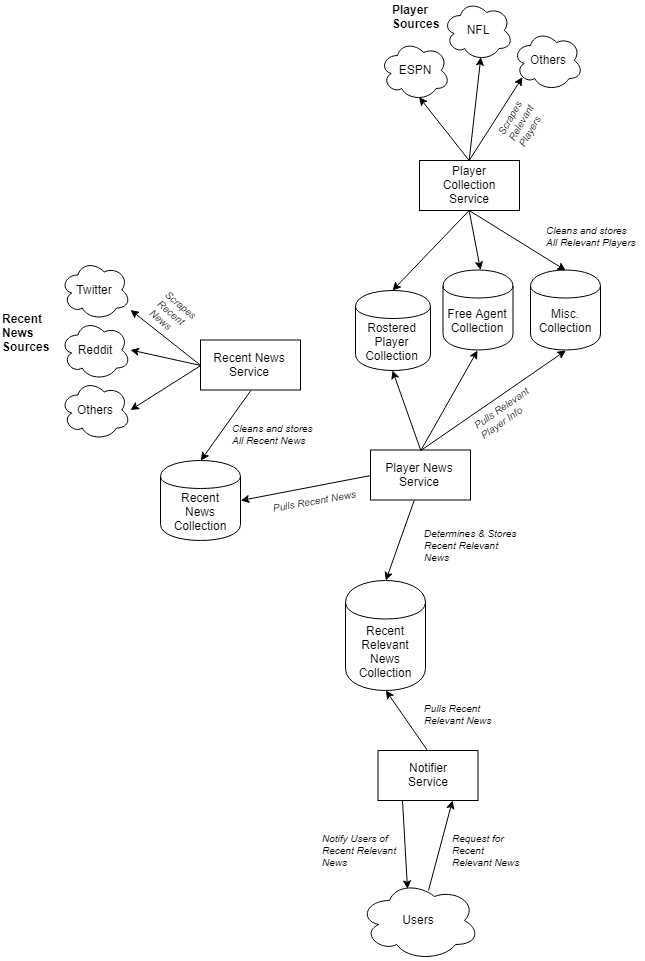
Before: wiki/diagrams/ff-notify system.png, a diagram exported from draw.io (mpcen/ff-notify-api). Source tidied: cells renumbered, new cells last; positions are measured from the earlier drawing's top-left corner, leaving out a move shared by most shapes. The source it was exported from:
```xml
<mxGraphModel>
  <root>
    <mxCell id="0" />
    <mxCell id="1" parent="0" />
    <mxCell id="2" value="&lt;font style=&quot;font-size: 12px&quot;&gt;Twitter&lt;/font&gt;" style="ellipse;shape=cloud;whiteSpace=wrap;html=1;" parent="1" vertex="1">
      <mxGeometry x="60" y="259.5" width="70" height="60" as="geometry" />
    </mxCell>
    <mxCell id="3" value="&lt;font style=&quot;font-size: 12px&quot;&gt;Reddit&lt;/font&gt;" style="ellipse;shape=cloud;whiteSpace=wrap;html=1;" parent="1" vertex="1">
      <mxGeometry x="60" y="319.5" width="70" height="60" as="geometry" />
    </mxCell>
    <mxCell id="4" value="&lt;font style=&quot;font-size: 12px&quot;&gt;Others&lt;/font&gt;" style="ellipse;shape=cloud;whiteSpace=wrap;html=1;" parent="1" vertex="1">
      <mxGeometry x="60" y="379.5" width="70" height="60" as="geometry" />
    </mxCell>
    <mxCell id="5" value="Recent&lt;br&gt;News&lt;br&gt;Sources&lt;br&gt;" style="text;html=1;align=left;verticalAlign=top;spacingTop=-4;fontStyle=1;" parent="1" vertex="1">
      <mxGeometry y="309.5" width="60" height="40" as="geometry" />
    </mxCell>
    <mxCell id="6" value="Recent News&lt;br&gt;Service&lt;br&gt;" style="rounded=0;whiteSpace=wrap;html=1;" parent="1" vertex="1">
      <mxGeometry x="200" y="339.5" width="100" height="50" as="geometry" />
    </mxCell>
    <mxCell id="7" value="Recent&lt;br&gt;News&lt;br&gt;Collection&lt;br&gt;" style="shape=cylinder;whiteSpace=wrap;html=1;boundedLbl=1;backgroundOutline=1;" parent="1" vertex="1">
      <mxGeometry x="160" y="460" width="80" height="80" as="geometry" />
    </mxCell>
    <mxCell id="8" style="endArrow=classic;html=1;exitX=0;exitY=0.5;exitDx=0;exitDy=0;" parent="1" edge="1" source="6">
      <mxGeometry relative="1" as="geometry">
        <mxPoint x="130" y="409.5" as="targetPoint" />
      </mxGeometry>
    </mxCell>
    <mxCell id="9" style="endArrow=classic;html=1;exitX=0.5;exitY=1;exitDx=0;exitDy=0;entryX=0.5;entryY=0;entryDx=0;entryDy=0;" parent="1" edge="1" source="6" target="7">
      <mxGeometry relative="1" as="geometry" />
    </mxCell>
    <mxCell id="10" style="endArrow=classic;html=1;exitX=0;exitY=0.5;exitDx=0;exitDy=0;" parent="1" edge="1" source="6">
      <mxGeometry relative="1" as="geometry">
        <mxPoint x="130" y="349.5" as="targetPoint" />
      </mxGeometry>
    </mxCell>
    <mxCell id="11" style="endArrow=classic;html=1;exitX=0;exitY=0.5;exitDx=0;exitDy=0;" parent="1" edge="1" source="6">
      <mxGeometry relative="1" as="geometry">
        <mxPoint x="130" y="309.5" as="targetPoint" />
      </mxGeometry>
    </mxCell>
    <mxCell id="12" value="Player News&lt;br&gt;Service&lt;br&gt;" style="rounded=0;whiteSpace=wrap;html=1;" parent="1" vertex="1">
      <mxGeometry x="370" y="449.5" width="100" height="50" as="geometry" />
    </mxCell>
    <mxCell id="13" style="endArrow=classic;html=1;exitX=0;exitY=0.5;exitDx=0;exitDy=0;entryX=1;entryY=0.5;entryDx=0;entryDy=0;" parent="1" edge="1" source="12" target="7">
      <mxGeometry relative="1" as="geometry" />
    </mxCell>
    <mxCell id="14" value="Rostered&lt;br&gt;Player&lt;br&gt;Collection&lt;br&gt;" style="shape=cylinder;whiteSpace=wrap;html=1;boundedLbl=1;backgroundOutline=1;" parent="1" vertex="1">
      <mxGeometry x="355" y="290" width="75" height="80" as="geometry" />
    </mxCell>
    <mxCell id="15" value="Free Agent&lt;br&gt;Collection&lt;br&gt;" style="shape=cylinder;whiteSpace=wrap;html=1;boundedLbl=1;backgroundOutline=1;" parent="1" vertex="1">
      <mxGeometry x="442.5" y="269.5" width="70" height="80" as="geometry" />
    </mxCell>
    <mxCell id="16" value="Misc.&lt;br&gt;Collection&lt;br&gt;" style="shape=cylinder;whiteSpace=wrap;html=1;boundedLbl=1;backgroundOutline=1;" parent="1" vertex="1">
      <mxGeometry x="530" y="269.5" width="70" height="80" as="geometry" />
    </mxCell>
    <mxCell id="17" style="endArrow=classic;html=1;exitX=0.5;exitY=0;exitDx=0;exitDy=0;entryX=0.5;entryY=1;entryDx=0;entryDy=0;" parent="1" edge="1" source="12" target="14">
      <mxGeometry relative="1" as="geometry" />
    </mxCell>
    <mxCell id="18" style="endArrow=classic;html=1;exitX=0.5;exitY=0;exitDx=0;exitDy=0;entryX=0.5;entryY=1;entryDx=0;entryDy=0;" parent="1" edge="1" source="12" target="15">
      <mxGeometry relative="1" as="geometry" />
    </mxCell>
    <mxCell id="19" style="endArrow=classic;html=1;exitX=0.5;exitY=0;exitDx=0;exitDy=0;entryX=0.5;entryY=1;entryDx=0;entryDy=0;" parent="1" edge="1" source="12" target="16">
      <mxGeometry relative="1" as="geometry" />
    </mxCell>
    <mxCell id="20" value="Player&lt;br&gt;Collection&lt;br&gt;Service&lt;br&gt;" style="rounded=0;whiteSpace=wrap;html=1;" parent="1" vertex="1">
      <mxGeometry x="419" y="160" width="100" height="50" as="geometry" />
    </mxCell>
    <mxCell id="21" style="endArrow=classic;html=1;exitX=0.5;exitY=1;exitDx=0;exitDy=0;" parent="1" edge="1" source="20">
      <mxGeometry relative="1" as="geometry">
        <mxPoint x="480" y="269.5" as="targetPoint" />
      </mxGeometry>
    </mxCell>
    <mxCell id="22" style="endArrow=classic;html=1;exitX=0.5;exitY=1;exitDx=0;exitDy=0;entryX=0.5;entryY=0;entryDx=0;entryDy=0;" parent="1" edge="1" source="20" target="16">
      <mxGeometry relative="1" as="geometry" />
    </mxCell>
    <mxCell id="23" style="endArrow=classic;html=1;exitX=0.5;exitY=1;exitDx=0;exitDy=0;entryX=0.5;entryY=0;entryDx=0;entryDy=0;" parent="1" edge="1" source="20" target="14">
      <mxGeometry relative="1" as="geometry" />
    </mxCell>
    <mxCell id="24" value="&lt;font style=&quot;font-size: 12px&quot;&gt;ESPN&lt;/font&gt;" style="ellipse;shape=cloud;whiteSpace=wrap;html=1;" parent="1" vertex="1">
      <mxGeometry x="379.5" y="40" width="70" height="60" as="geometry" />
    </mxCell>
    <mxCell id="25" value="&lt;font style=&quot;font-size: 12px&quot;&gt;NFL&lt;/font&gt;" style="ellipse;shape=cloud;whiteSpace=wrap;html=1;" parent="1" vertex="1">
      <mxGeometry x="442.5" width="70" height="60" as="geometry" />
    </mxCell>
    <mxCell id="26" value="&lt;font style=&quot;font-size: 12px&quot;&gt;Others&lt;/font&gt;" style="ellipse;shape=cloud;whiteSpace=wrap;html=1;" parent="1" vertex="1">
      <mxGeometry x="512.5" y="30" width="70" height="60" as="geometry" />
    </mxCell>
    <mxCell id="27" value="Player&lt;br&gt;Sources&lt;br&gt;" style="text;html=1;align=left;verticalAlign=top;spacingTop=-4;fontStyle=1;" parent="1" vertex="1">
      <mxGeometry x="389.5" width="60" height="40" as="geometry" />
    </mxCell>
    <mxCell id="28" style="endArrow=classic;html=1;exitX=0.5;exitY=0;exitDx=0;exitDy=0;entryX=0.55;entryY=0.95;entryDx=0;entryDy=0;entryPerimeter=0;" parent="1" edge="1" source="20" target="24">
      <mxGeometry relative="1" as="geometry" />
    </mxCell>
    <mxCell id="29" style="endArrow=classic;html=1;entryX=0.55;entryY=0.95;entryDx=0;entryDy=0;entryPerimeter=0;exitX=0.5;exitY=0;exitDx=0;exitDy=0;" parent="1" edge="1" source="20" target="25">
      <mxGeometry relative="1" as="geometry" />
    </mxCell>
    <mxCell id="30" style="endArrow=classic;html=1;entryX=0.13;entryY=0.77;entryDx=0;entryDy=0;entryPerimeter=0;exitX=0.5;exitY=0;exitDx=0;exitDy=0;" parent="1" edge="1" source="20" target="26">
      <mxGeometry relative="1" as="geometry" />
    </mxCell>
    <mxCell id="31" value="Scrapes&lt;br style=&quot;font-size: 10px&quot;&gt;Recent&lt;br&gt;News&lt;br style=&quot;font-size: 10px&quot;&gt;" style="text;html=1;align=left;verticalAlign=top;spacingTop=-4;rotation=40;fontSize=10;fontStyle=2;" parent="1" vertex="1">
      <mxGeometry x="152" y="296.5" width="50" height="40" as="geometry" />
    </mxCell>
    <mxCell id="32" value="Scrapes&lt;br style=&quot;font-size: 10px&quot;&gt;Relevant&lt;br&gt;Players&lt;br style=&quot;font-size: 10px&quot;&gt;" style="text;html=1;align=left;verticalAlign=top;spacingTop=-4;rotation=-60;fontSize=10;fontStyle=2;" parent="1" vertex="1">
      <mxGeometry x="497.5" y="100" width="50" height="40" as="geometry" />
    </mxCell>
    <mxCell id="33" value="Cleans and stores&lt;br&gt;All Recent News&lt;br style=&quot;font-size: 10px&quot;&gt;" style="text;html=1;align=left;verticalAlign=top;spacingTop=-4;fontSize=10;fontStyle=2;" parent="1" vertex="1">
      <mxGeometry x="230" y="419.5" width="100" height="30" as="geometry" />
    </mxCell>
    <mxCell id="34" value="Pulls Recent News&lt;br style=&quot;font-size: 10px&quot;&gt;" style="text;html=1;align=left;verticalAlign=top;spacingTop=-4;fontSize=10;rotation=-10;fontStyle=2;" parent="1" vertex="1">
      <mxGeometry x="270" y="491.5" width="100" height="10" as="geometry" />
    </mxCell>
    <mxCell id="35" value="Pulls Relevant&lt;br&gt;Player Info&lt;br&gt;&lt;br style=&quot;font-size: 10px&quot;&gt;" style="text;html=1;align=left;verticalAlign=top;spacingTop=-4;fontSize=10;rotation=-35;fontStyle=2;" parent="1" vertex="1">
      <mxGeometry x="472.5" y="394.5" width="80" height="40" as="geometry" />
    </mxCell>
    <mxCell id="36" value="Recent&lt;br&gt;Relevant&lt;br&gt;News&lt;br&gt;Collection&lt;br&gt;" style="shape=cylinder;whiteSpace=wrap;html=1;boundedLbl=1;backgroundOutline=1;" parent="1" vertex="1">
      <mxGeometry x="345" y="580" width="80" height="110" as="geometry" />
    </mxCell>
    <mxCell id="37" style="endArrow=classic;html=1;exitX=0.44;exitY=1.02;exitDx=0;exitDy=0;entryX=0.5;entryY=0;entryDx=0;entryDy=0;exitPerimeter=0;" parent="1" edge="1" source="12" target="36">
      <mxGeometry relative="1" as="geometry" />
    </mxCell>
    <mxCell id="38" value="Determines &amp;amp; Stores&lt;br&gt;Recent Relevant&lt;br&gt;News&lt;br style=&quot;font-size: 10px&quot;&gt;" style="text;html=1;align=left;verticalAlign=top;spacingTop=-4;fontSize=10;rotation=0;fontStyle=2;" parent="1" vertex="1">
      <mxGeometry x="422.5" y="525" width="110" height="40" as="geometry" />
    </mxCell>
    <mxCell id="39" value="Cleans and stores&lt;br&gt;All Relevant Players&lt;br style=&quot;font-size: 10px&quot;&gt;" style="text;html=1;align=left;verticalAlign=top;spacingTop=-4;fontSize=10;fontStyle=2;" parent="1" vertex="1">
      <mxGeometry x="543.5" y="222" width="100" height="30" as="geometry" />
    </mxCell>
    <mxCell id="40" value="Notifier&lt;br&gt;Service&lt;br&gt;" style="rounded=0;whiteSpace=wrap;html=1;" parent="1" vertex="1">
      <mxGeometry x="377.5" y="750" width="100" height="50" as="geometry" />
    </mxCell>
    <mxCell id="41" style="endArrow=classic;html=1;exitX=0.5;exitY=0;exitDx=0;exitDy=0;entryX=0.5;entryY=1;entryDx=0;entryDy=0;" parent="1" edge="1" source="40" target="36">
      <mxGeometry relative="1" as="geometry" />
    </mxCell>
    <mxCell id="42" value="Pulls Recent&lt;br&gt;Relevant News&lt;br style=&quot;font-size: 10px&quot;&gt;" style="text;html=1;align=left;verticalAlign=top;spacingTop=-4;fontSize=10;rotation=0;fontStyle=2;" parent="1" vertex="1">
      <mxGeometry x="422.5" y="700" width="80" height="30" as="geometry" />
    </mxCell>
    <mxCell id="43" style="endArrow=classic;html=1;exitX=0.25;exitY=1;exitDx=0;exitDy=0;entryX=0.4;entryY=0.1;entryDx=0;entryDy=0;entryPerimeter=0;" parent="1" edge="1" source="40" target="44">
      <mxGeometry relative="1" as="geometry" />
    </mxCell>
    <mxCell id="44" value="Users" style="ellipse;shape=cloud;whiteSpace=wrap;html=1;fontSize=12;" parent="1" vertex="1">
      <mxGeometry x="359" y="880" width="120" height="80" as="geometry" />
    </mxCell>
    <mxCell id="45" value="Notify Users of&lt;br&gt;Recent Relevant&lt;br&gt;News&lt;br style=&quot;font-size: 10px&quot;&gt;" style="text;html=1;align=left;verticalAlign=top;spacingTop=-4;fontSize=10;rotation=0;fontStyle=2;" parent="1" vertex="1">
      <mxGeometry x="320" y="830" width="90" height="40" as="geometry" />
    </mxCell>
    <mxCell id="46" style="endArrow=classic;html=1;entryX=0.75;entryY=1;entryDx=0;entryDy=0;" parent="1" edge="1" target="40">
      <mxGeometry relative="1" as="geometry">
        <mxPoint x="428" y="890" as="sourcePoint" />
      </mxGeometry>
    </mxCell>
    <mxCell id="47" value="Request for&lt;br&gt;Recent&lt;br&gt;Relevant News&lt;br style=&quot;font-size: 10px&quot;&gt;" style="text;html=1;align=left;verticalAlign=top;spacingTop=-4;fontSize=10;rotation=0;fontStyle=2;" parent="1" vertex="1">
      <mxGeometry x="449.5" y="830" width="80" height="40" as="geometry" />
    </mxCell>
  </root>
</mxGraphModel>
```
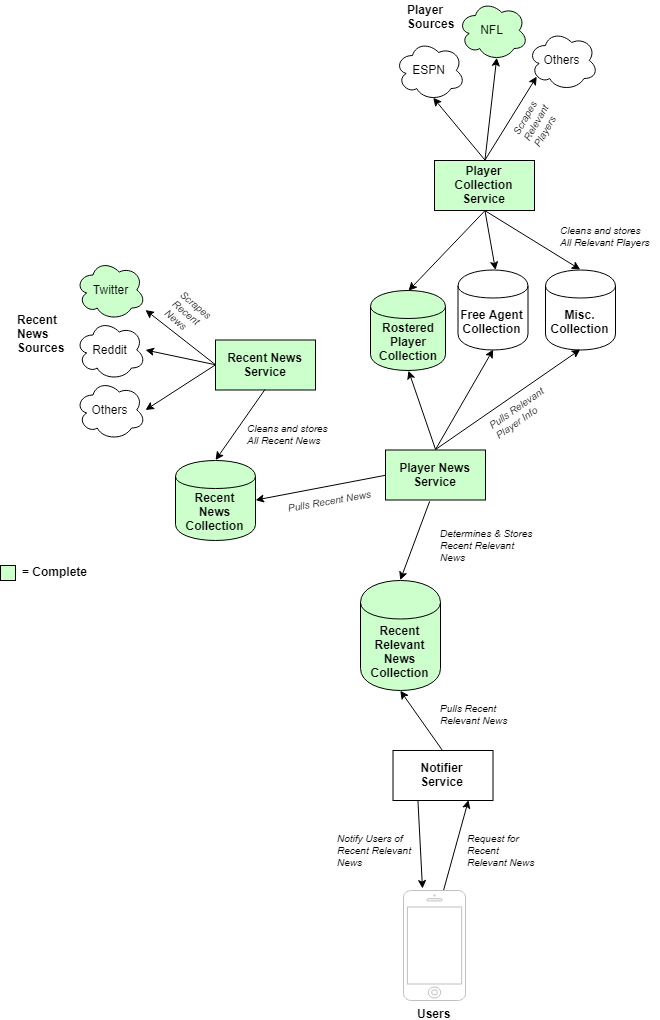
The same file after the commit.

Commit message:
added updated system diagram

What changed in the source:
```diff
@@ -2,7 +2,7 @@
   <root>
     <mxCell id="0" />
     <mxCell id="1" parent="0" />
-    <mxCell id="2" value="&lt;font style=&quot;font-size: 12px&quot;&gt;Twitter&lt;/font&gt;" style="ellipse;shape=cloud;whiteSpace=wrap;html=1;" parent="1" vertex="1">
+    <mxCell id="2" value="&lt;font style=&quot;font-size: 12px&quot;&gt;Twitter&lt;/font&gt;" style="ellipse;shape=cloud;whiteSpace=wrap;html=1;fillColor=#CCFFCC;" parent="1" vertex="1">
       <mxGeometry x="60" y="259.5" width="70" height="60" as="geometry" />
     </mxCell>
     <mxCell id="3" value="&lt;font style=&quot;font-size: 12px&quot;&gt;Reddit&lt;/font&gt;" style="ellipse;shape=cloud;whiteSpace=wrap;html=1;" parent="1" vertex="1">
@@ -14,10 +14,10 @@
     <mxCell id="5" value="Recent&lt;br&gt;News&lt;br&gt;Sources&lt;br&gt;" style="text;html=1;align=left;verticalAlign=top;spacingTop=-4;fontStyle=1;" parent="1" vertex="1">
       <mxGeometry y="309.5" width="60" height="40" as="geometry" />
     </mxCell>
-    <mxCell id="6" value="Recent News&lt;br&gt;Service&lt;br&gt;" style="rounded=0;whiteSpace=wrap;html=1;" parent="1" vertex="1">
+    <mxCell id="6" value="Recent News&lt;br&gt;Service&lt;br&gt;" style="rounded=0;whiteSpace=wrap;html=1;fillColor=#CCFFCC;fontStyle=1;" parent="1" vertex="1">
       <mxGeometry x="200" y="339.5" width="100" height="50" as="geometry" />
     </mxCell>
-    <mxCell id="7" value="Recent&lt;br&gt;News&lt;br&gt;Collection&lt;br&gt;" style="shape=cylinder;whiteSpace=wrap;html=1;boundedLbl=1;backgroundOutline=1;" parent="1" vertex="1">
+    <mxCell id="7" value="Recent&lt;br&gt;News&lt;br&gt;Collection&lt;br&gt;" style="shape=cylinder;whiteSpace=wrap;html=1;boundedLbl=1;backgroundOutline=1;fillColor=#CCFFCC;fontStyle=1;" parent="1" vertex="1">
       <mxGeometry x="160" y="460" width="80" height="80" as="geometry" />
     </mxCell>
     <mxCell id="8" style="endArrow=classic;html=1;exitX=0;exitY=0.5;exitDx=0;exitDy=0;" parent="1" edge="1" source="6">
@@ -38,19 +38,19 @@
         <mxPoint x="130" y="309.5" as="targetPoint" />
       </mxGeometry>
     </mxCell>
-    <mxCell id="12" value="Player News&lt;br&gt;Service&lt;br&gt;" style="rounded=0;whiteSpace=wrap;html=1;" parent="1" vertex="1">
+    <mxCell id="12" value="Player News&lt;br&gt;Service&lt;br&gt;" style="rounded=0;whiteSpace=wrap;html=1;fillColor=#CCFFCC;fontStyle=1;" parent="1" vertex="1">
       <mxGeometry x="370" y="449.5" width="100" height="50" as="geometry" />
     </mxCell>
     <mxCell id="13" style="endArrow=classic;html=1;exitX=0;exitY=0.5;exitDx=0;exitDy=0;entryX=1;entryY=0.5;entryDx=0;entryDy=0;" parent="1" edge="1" source="12" target="7">
       <mxGeometry relative="1" as="geometry" />
     </mxCell>
-    <mxCell id="14" value="Rostered&lt;br&gt;Player&lt;br&gt;Collection&lt;br&gt;" style="shape=cylinder;whiteSpace=wrap;html=1;boundedLbl=1;backgroundOutline=1;" parent="1" vertex="1">
+    <mxCell id="14" value="Rostered&lt;br&gt;Player&lt;br&gt;Collection&lt;br&gt;" style="shape=cylinder;whiteSpace=wrap;html=1;boundedLbl=1;backgroundOutline=1;fillColor=#CCFFCC;fontStyle=1;" parent="1" vertex="1">
       <mxGeometry x="355" y="290" width="75" height="80" as="geometry" />
     </mxCell>
-    <mxCell id="15" value="Free Agent&lt;br&gt;Collection&lt;br&gt;" style="shape=cylinder;whiteSpace=wrap;html=1;boundedLbl=1;backgroundOutline=1;" parent="1" vertex="1">
+    <mxCell id="15" value="Free Agent&lt;br&gt;Collection&lt;br&gt;" style="shape=cylinder;whiteSpace=wrap;html=1;boundedLbl=1;backgroundOutline=1;fontStyle=1;" parent="1" vertex="1">
       <mxGeometry x="442.5" y="269.5" width="70" height="80" as="geometry" />
     </mxCell>
-    <mxCell id="16" value="Misc.&lt;br&gt;Collection&lt;br&gt;" style="shape=cylinder;whiteSpace=wrap;html=1;boundedLbl=1;backgroundOutline=1;" parent="1" vertex="1">
+    <mxCell id="16" value="Misc.&lt;br&gt;Collection&lt;br&gt;" style="shape=cylinder;whiteSpace=wrap;html=1;boundedLbl=1;backgroundOutline=1;fontStyle=1;" parent="1" vertex="1">
       <mxGeometry x="530" y="269.5" width="70" height="80" as="geometry" />
     </mxCell>
     <mxCell id="17" style="endArrow=classic;html=1;exitX=0.5;exitY=0;exitDx=0;exitDy=0;entryX=0.5;entryY=1;entryDx=0;entryDy=0;" parent="1" edge="1" source="12" target="14">
@@ -62,7 +62,7 @@
     <mxCell id="19" style="endArrow=classic;html=1;exitX=0.5;exitY=0;exitDx=0;exitDy=0;entryX=0.5;entryY=1;entryDx=0;entryDy=0;" parent="1" edge="1" source="12" target="16">
       <mxGeometry relative="1" as="geometry" />
     </mxCell>
-    <mxCell id="20" value="Player&lt;br&gt;Collection&lt;br&gt;Service&lt;br&gt;" style="rounded=0;whiteSpace=wrap;html=1;" parent="1" vertex="1">
+    <mxCell id="20" value="Player&lt;br&gt;Collection&lt;br&gt;Service&lt;br&gt;" style="rounded=0;whiteSpace=wrap;html=1;fillColor=#CCFFCC;fontStyle=1;" parent="1" vertex="1">
       <mxGeometry x="419" y="160" width="100" height="50" as="geometry" />
     </mxCell>
     <mxCell id="21" style="endArrow=classic;html=1;exitX=0.5;exitY=1;exitDx=0;exitDy=0;" parent="1" edge="1" source="20">
@@ -79,7 +79,7 @@
     <mxCell id="24" value="&lt;font style=&quot;font-size: 12px&quot;&gt;ESPN&lt;/font&gt;" style="ellipse;shape=cloud;whiteSpace=wrap;html=1;" parent="1" vertex="1">
       <mxGeometry x="379.5" y="40" width="70" height="60" as="geometry" />
     </mxCell>
-    <mxCell id="25" value="&lt;font style=&quot;font-size: 12px&quot;&gt;NFL&lt;/font&gt;" style="ellipse;shape=cloud;whiteSpace=wrap;html=1;" parent="1" vertex="1">
+    <mxCell id="25" value="&lt;font style=&quot;font-size: 12px&quot;&gt;NFL&lt;/font&gt;" style="ellipse;shape=cloud;whiteSpace=wrap;html=1;fillColor=#CCFFCC;" parent="1" vertex="1">
       <mxGeometry x="442.5" width="70" height="60" as="geometry" />
     </mxCell>
     <mxCell id="26" value="&lt;font style=&quot;font-size: 12px&quot;&gt;Others&lt;/font&gt;" style="ellipse;shape=cloud;whiteSpace=wrap;html=1;" parent="1" vertex="1">
@@ -112,7 +112,7 @@
     <mxCell id="35" value="Pulls Relevant&lt;br&gt;Player Info&lt;br&gt;&lt;br style=&quot;font-size: 10px&quot;&gt;" style="text;html=1;align=left;verticalAlign=top;spacingTop=-4;fontSize=10;rotation=-35;fontStyle=2;" parent="1" vertex="1">
       <mxGeometry x="472.5" y="394.5" width="80" height="40" as="geometry" />
     </mxCell>
-    <mxCell id="36" value="Recent&lt;br&gt;Relevant&lt;br&gt;News&lt;br&gt;Collection&lt;br&gt;" style="shape=cylinder;whiteSpace=wrap;html=1;boundedLbl=1;backgroundOutline=1;" parent="1" vertex="1">
+    <mxCell id="36" value="Recent&lt;br&gt;Relevant&lt;br&gt;News&lt;br&gt;Collection&lt;br&gt;" style="shape=cylinder;whiteSpace=wrap;html=1;boundedLbl=1;backgroundOutline=1;fillColor=#CCFFCC;fontStyle=1;" parent="1" vertex="1">
       <mxGeometry x="345" y="580" width="80" height="110" as="geometry" />
     </mxCell>
     <mxCell id="37" style="endArrow=classic;html=1;exitX=0.44;exitY=1.02;exitDx=0;exitDy=0;entryX=0.5;entryY=0;entryDx=0;entryDy=0;exitPerimeter=0;" parent="1" edge="1" source="12" target="36">
@@ -124,7 +124,7 @@
     <mxCell id="39" value="Cleans and stores&lt;br&gt;All Relevant Players&lt;br style=&quot;font-size: 10px&quot;&gt;" style="text;html=1;align=left;verticalAlign=top;spacingTop=-4;fontSize=10;fontStyle=2;" parent="1" vertex="1">
       <mxGeometry x="543.5" y="222" width="100" height="30" as="geometry" />
     </mxCell>
-    <mxCell id="40" value="Notifier&lt;br&gt;Service&lt;br&gt;" style="rounded=0;whiteSpace=wrap;html=1;" parent="1" vertex="1">
+    <mxCell id="40" value="Notifier&lt;br&gt;Service&lt;br&gt;" style="rounded=0;whiteSpace=wrap;html=1;fontStyle=1;" parent="1" vertex="1">
       <mxGeometry x="377.5" y="750" width="100" height="50" as="geometry" />
     </mxCell>
     <mxCell id="41" style="endArrow=classic;html=1;exitX=0.5;exitY=0;exitDx=0;exitDy=0;entryX=0.5;entryY=1;entryDx=0;entryDy=0;" parent="1" edge="1" source="40" target="36">
@@ -133,12 +133,11 @@
     <mxCell id="42" value="Pulls Recent&lt;br&gt;Relevant News&lt;br style=&quot;font-size: 10px&quot;&gt;" style="text;html=1;align=left;verticalAlign=top;spacingTop=-4;fontSize=10;rotation=0;fontStyle=2;" parent="1" vertex="1">
       <mxGeometry x="422.5" y="700" width="80" height="30" as="geometry" />
     </mxCell>
-    <mxCell id="43" style="endArrow=classic;html=1;exitX=0.25;exitY=1;exitDx=0;exitDy=0;entryX=0.4;entryY=0.1;entryDx=0;entryDy=0;entryPerimeter=0;" parent="1" edge="1" source="40" target="44">
-      <mxGeometry relative="1" as="geometry" />
+    <mxCell id="43" style="endArrow=classic;html=1;exitX=0.25;exitY=1;exitDx=0;exitDy=0;entryX=0.4;entryY=0.1;entryDx=0;entryDy=0;entryPerimeter=0;" parent="1" edge="1" source="40">
+      <mxGeometry relative="1" as="geometry">
+        <mxPoint x="407" y="888" as="targetPoint" />
+      </mxGeometry>
     </mxCell>
-    <mxCell id="44" value="Users" style="ellipse;shape=cloud;whiteSpace=wrap;html=1;fontSize=12;" parent="1" vertex="1">
-      <mxGeometry x="359" y="880" width="120" height="80" as="geometry" />
-    </mxCell>
     <mxCell id="45" value="Notify Users of&lt;br&gt;Recent Relevant&lt;br&gt;News&lt;br style=&quot;font-size: 10px&quot;&gt;" style="text;html=1;align=left;verticalAlign=top;spacingTop=-4;fontSize=10;rotation=0;fontStyle=2;" parent="1" vertex="1">
       <mxGeometry x="320" y="830" width="90" height="40" as="geometry" />
     </mxCell>
@@ -150,5 +149,14 @@
     <mxCell id="47" value="Request for&lt;br&gt;Recent&lt;br&gt;Relevant News&lt;br style=&quot;font-size: 10px&quot;&gt;" style="text;html=1;align=left;verticalAlign=top;spacingTop=-4;fontSize=10;rotation=0;fontStyle=2;" parent="1" vertex="1">
       <mxGeometry x="449.5" y="830" width="80" height="40" as="geometry" />
     </mxCell>
+    <mxCell id="48" style="whiteSpace=wrap;html=1;fillColor=#CCFFCC;" parent="1" vertex="1">
+      <mxGeometry x="-15" y="565" width="15" height="15" as="geometry" />
+    </mxCell>
+    <mxCell id="49" value="&lt;b&gt;= Complete&lt;/b&gt;" style="text;html=1;align=left;verticalAlign=top;spacingTop=-4;" parent="1" vertex="1">
+      <mxGeometry x="5" y="562.5" width="80" height="20" as="geometry" />
+    </mxCell>
+    <mxCell id="44" value="&lt;font style=&quot;font-size: 12px&quot;&gt;&lt;b&gt;Users&lt;/b&gt;&lt;/font&gt;" style="html=1;verticalLabelPosition=bottom;labelBackgroundColor=#ffffff;verticalAlign=top;shadow=0;dashed=0;strokeWidth=1;shape=mxgraph.ios7.misc.iphone;fillColor=#ffffff;strokeColor=#c0c0c0;" parent="1" vertex="1">
+      <mxGeometry x="388" y="890" width="62" height="110" as="geometry" />
+    </mxCell>
   </root>
 </mxGraphModel>
```
